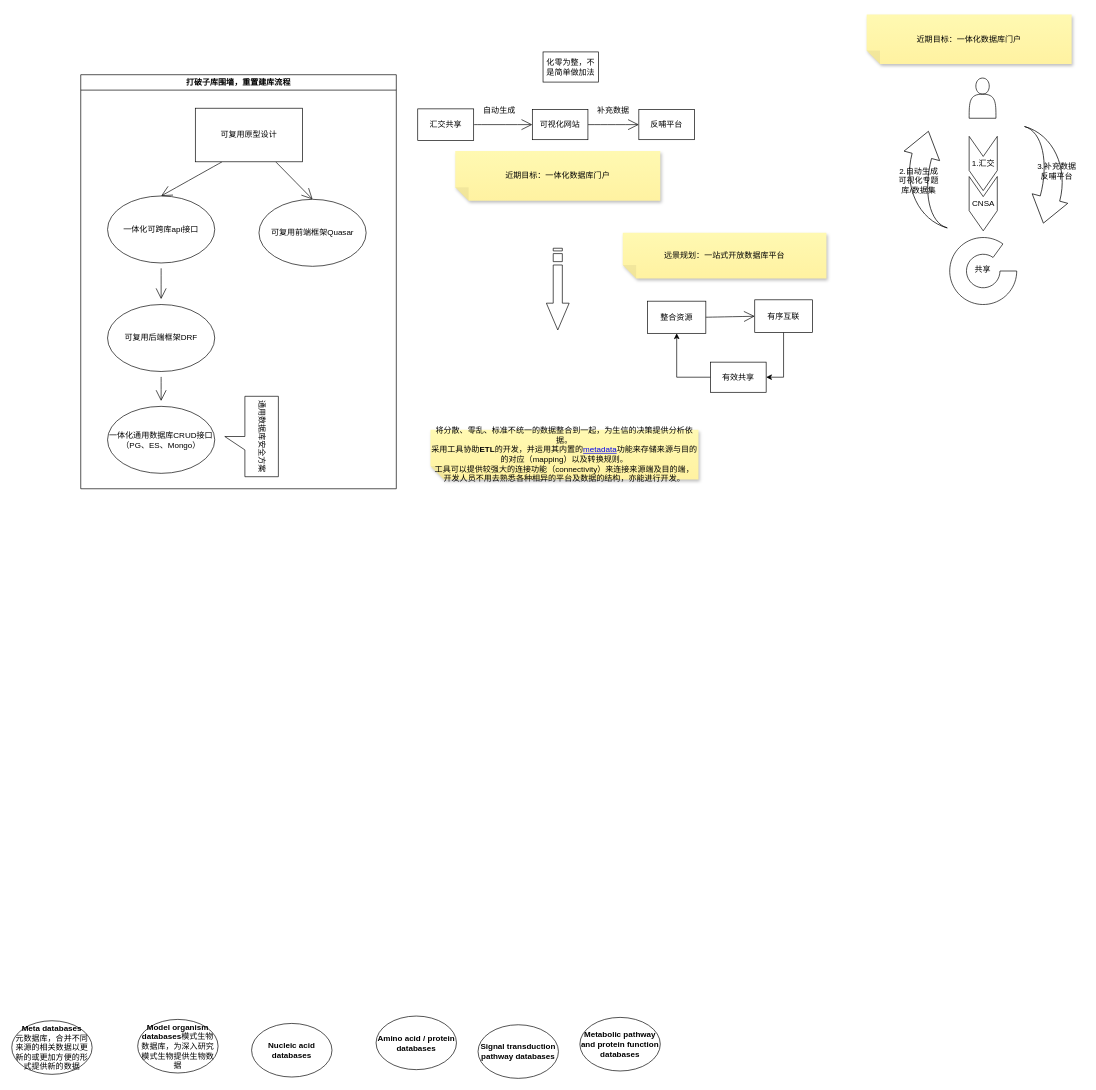
Above: page "Page-1" (1 of 2) of Untitled Diagram.drawio in horizon365/LiveWithPython (draw.io), before the change. Source tidied: cells renumbered, new cells numbered last; positions are measured from the earlier drawing's top-left corner, leaving out a move shared by most shapes. Both pictures are drawn from the tidied source at 67%, with x=0, y=0 at pixel (11, 14).
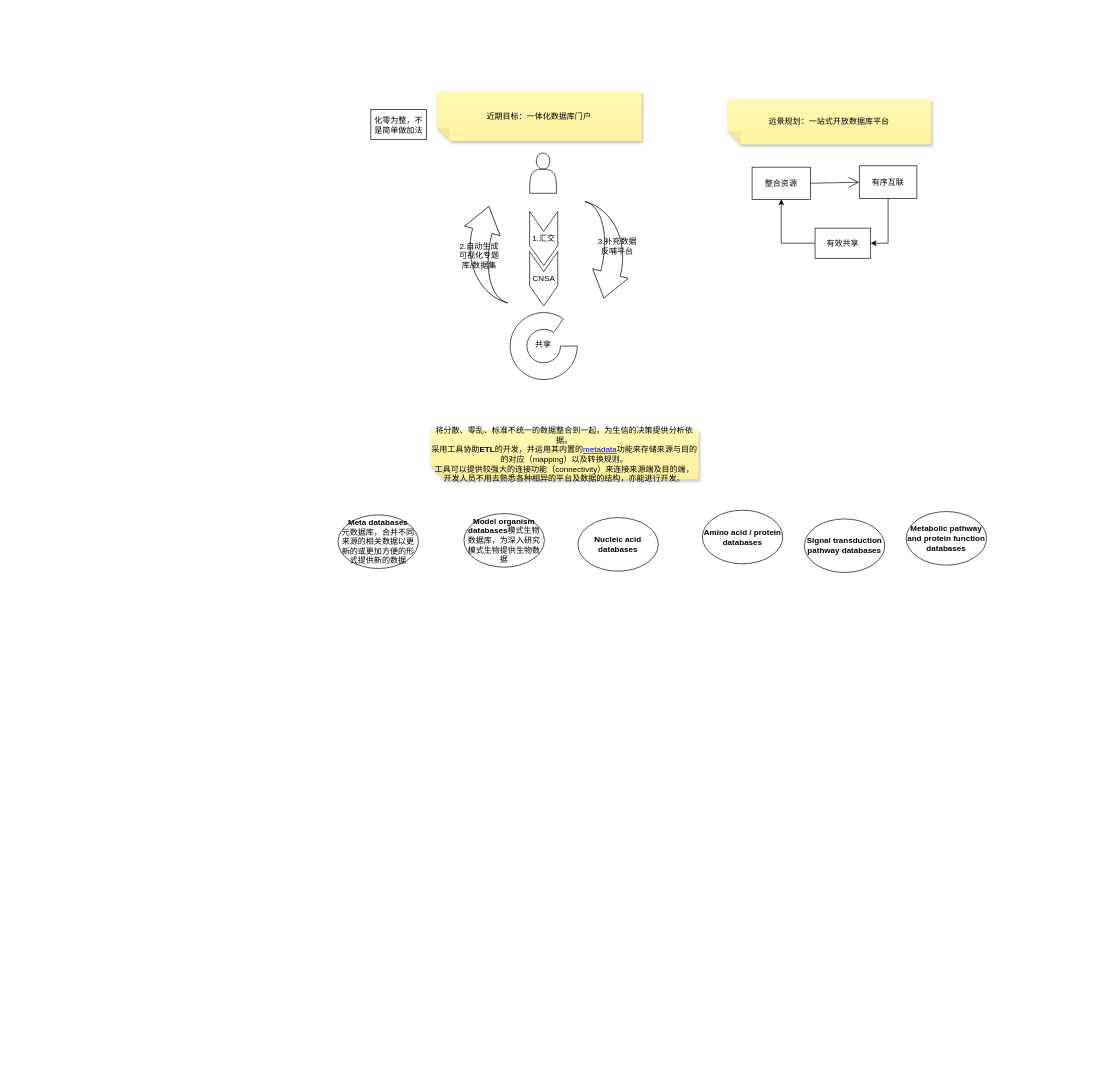
After the change.

What changed in the source:
```diff
@@
-    <mxCell id="2" style="edgeStyle=none;curved=1;rounded=0;jettySize=auto;html=1;endArrow=open;startSize=14;endSize=14;sourcePerimeterSpacing=8;targetPerimeterSpacing=8;" parent="1" edge="1" source="3" target="6">
-      <mxGeometry relative="1" as="geometry" />
-    </mxCell>
-    <mxCell id="3" value="一体化可跨库api接口" style="ellipse;whiteSpace=wrap;html=1;hachureGap=4;" parent="1" vertex="1">
-      <mxGeometry x="143" y="271" width="160" height="100" as="geometry" />
-    </mxCell>
-    <mxCell id="4" value="&lt;div&gt;一体化通用数据库CRUD接口&lt;/div&gt;&lt;div&gt;（PG、ES、Mongo）&lt;br&gt;&lt;/div&gt;" style="ellipse;whiteSpace=wrap;html=1;hachureGap=4;" parent="1" vertex="1">
-      <mxGeometry x="143" y="585" width="160" height="100" as="geometry" />
-    </mxCell>
-    <mxCell id="5" style="edgeStyle=none;curved=1;rounded=0;jettySize=auto;html=1;endArrow=open;startSize=14;endSize=14;sourcePerimeterSpacing=8;targetPerimeterSpacing=8;" parent="1" edge="1" source="6" target="4">
-      <mxGeometry relative="1" as="geometry" />
-    </mxCell>
-    <mxCell id="6" value="可复用后端框架DRF" style="ellipse;whiteSpace=wrap;html=1;hachureGap=4;" parent="1" vertex="1">
-      <mxGeometry x="143" y="433" width="160" height="100" as="geometry" />
-    </mxCell>
-    <mxCell id="7" value="可复用前端框架Quasar" style="ellipse;whiteSpace=wrap;html=1;hachureGap=4;" parent="1" vertex="1">
-      <mxGeometry x="369" y="276" width="160" height="100" as="geometry" />
-    </mxCell>
-    <mxCell id="8" style="edgeStyle=none;curved=1;rounded=0;jettySize=auto;html=1;exitX=0.75;exitY=1;exitDx=0;exitDy=0;entryX=0.5;entryY=0;entryDx=0;entryDy=0;endArrow=open;startSize=14;endSize=14;sourcePerimeterSpacing=8;targetPerimeterSpacing=8;" parent="1" edge="1" source="10" target="7">
-      <mxGeometry relative="1" as="geometry" />
-    </mxCell>
-    <mxCell id="9" style="edgeStyle=none;curved=1;rounded=0;jettySize=auto;html=1;exitX=0.25;exitY=1;exitDx=0;exitDy=0;entryX=0.5;entryY=0;entryDx=0;entryDy=0;endArrow=open;startSize=14;endSize=14;sourcePerimeterSpacing=8;targetPerimeterSpacing=8;" parent="1" edge="1" source="10" target="3">
-      <mxGeometry relative="1" as="geometry" />
-    </mxCell>
-    <mxCell id="10" value="可复用原型设计" style="rounded=0;whiteSpace=wrap;html=1;hachureGap=4;" parent="1" vertex="1">
-      <mxGeometry x="274" y="140" width="160" height="80" as="geometry" />
-    </mxCell>
-    <mxCell id="11" value="近期目标：一体化数据库门户" style="shape=note;whiteSpace=wrap;html=1;backgroundOutline=1;fontColor=#000000;darkOpacity=0.05;fillColor=#FFF9B2;strokeColor=none;fillStyle=solid;direction=west;gradientDirection=north;gradientColor=#FFF2A1;shadow=1;size=20;hachureGap=4;" parent="1" vertex="1">
-      <mxGeometry x="662" y="204" width="306" height="74" as="geometry" />
-    </mxCell>
-    <mxCell id="12" value="反哺平台" style="rounded=0;whiteSpace=wrap;html=1;hachureGap=4;" parent="1" vertex="1">
-      <mxGeometry x="936" y="142" width="83" height="45" as="geometry" />
-    </mxCell>
-    <mxCell id="13" style="edgeStyle=none;curved=1;rounded=0;jettySize=auto;html=1;exitX=1;exitY=0.5;exitDx=0;exitDy=0;entryX=0;entryY=0.5;entryDx=0;entryDy=0;endArrow=open;startSize=14;endSize=14;sourcePerimeterSpacing=8;targetPerimeterSpacing=8;" parent="1" edge="1" source="14" target="16">
-      <mxGeometry relative="1" as="geometry" />
-    </mxCell>
-    <mxCell id="14" value="汇交共享" style="rounded=0;whiteSpace=wrap;html=1;hachureGap=4;" parent="1" vertex="1">
-      <mxGeometry x="606" y="141" width="83.5" height="47" as="geometry" />
-    </mxCell>
-    <mxCell id="15" style="edgeStyle=none;curved=1;rounded=0;jettySize=auto;html=1;exitX=1;exitY=0.5;exitDx=0;exitDy=0;entryX=0;entryY=0.5;entryDx=0;entryDy=0;endArrow=open;startSize=14;endSize=14;sourcePerimeterSpacing=8;targetPerimeterSpacing=8;" parent="1" edge="1" source="16" target="12">
-      <mxGeometry relative="1" as="geometry" />
-    </mxCell>
-    <mxCell id="16" value="可视化网站" style="rounded=0;whiteSpace=wrap;html=1;hachureGap=4;" parent="1" vertex="1">
-      <mxGeometry x="777" y="142" width="83" height="45" as="geometry" />
-    </mxCell>
-    <mxCell id="17" style="html=1;shadow=0;dashed=0;align=center;verticalAlign=middle;shape=mxgraph.arrows2.stripedArrow;dy=0.6;dx=40;notch=25;hachureGap=4;rotation=90;" parent="1" vertex="1">
-      <mxGeometry x="754" y="393" width="122" height="34" as="geometry" />
-    </mxCell>
-    <mxCell id="18" value="打破子库围墙，重置建库流程" style="swimlane;hachureGap=4;" parent="1" vertex="1">
-      <mxGeometry x="103" y="90" width="471" height="618" as="geometry" />
-    </mxCell>
-    <mxCell id="19" value="通用数据库安全方案" style="shape=callout;whiteSpace=wrap;html=1;perimeter=calloutPerimeter;hachureGap=4;rotation=90;" parent="18" vertex="1">
-      <mxGeometry x="195" y="500" width="120" height="80" as="geometry" />
-    </mxCell>
-    <mxCell id="20" value="自动生成" style="text;strokeColor=none;fillColor=none;html=1;align=center;verticalAlign=middle;whiteSpace=wrap;rounded=0;hachureGap=4;" parent="1" vertex="1">
-      <mxGeometry x="698" y="128" width="60" height="30" as="geometry" />
-    </mxCell>
     <mxCell id="21" value="化零为整，不是简单做加法" style="rounded=0;whiteSpace=wrap;html=1;hachureGap=4;" parent="1" vertex="1">
-      <mxGeometry x="793" y="56" width="83" height="45" as="geometry" />
+      <mxGeometry x="536" y="142" width="83" height="45" as="geometry" />
     </mxCell>
-    <mxCell id="22" value="补充数据" style="text;strokeColor=none;fillColor=none;html=1;align=center;verticalAlign=middle;whiteSpace=wrap;rounded=0;hachureGap=4;" parent="1" vertex="1">
-      <mxGeometry x="868" y="128" width="60" height="30" as="geometry" />
-    </mxCell>
+    <mxCell id="33" value="&lt;div&gt;将分散、零乱、标准不统一的数据整合到一起，为生信的决策提供分析依据。&lt;/div&gt;&lt;div&gt;采用工具协助&lt;b&gt;ETL&lt;/b&gt;的开发，并运用其内置的&lt;a target=&quot;_blank&quot; href=&quot;https://baike.baidu.com/item/metadata&quot;&gt;metadata&lt;/a&gt;功能来存储来源与目的的对应（mapping）以及转换规则。&lt;/div&gt;&lt;div&gt;工具可以提供较强大的连接功能（connectivity）来连接来源端及目的端，开发人员不用去熟悉各种相异的平台及数据的结构，亦能进行开发。&lt;/div&gt;" style="shape=note;whiteSpace=wrap;html=1;backgroundOutline=1;fontColor=#000000;darkOpacity=0.05;fillColor=#FFF9B2;strokeColor=none;fillStyle=solid;direction=west;gradientDirection=north;gradientColor=#FFF2A1;shadow=1;size=20;hachureGap=4;" parent="1" vertex="1">
+      <mxGeometry x="625" y="620" width="400" height="74" as="geometry" />
+    </mxCell>
+    <mxCell id="40" style="group;" parent="1" vertex="1">
+      <mxGeometry x="1068" y="126" width="304" height="238" as="geometry" />
+    </mxCell>
+    <mxCell id="41" value="远景规划：一站式开放数据库平台" style="shape=note;whiteSpace=wrap;html=1;backgroundOutline=1;fontColor=#000000;darkOpacity=0.05;fillColor=#FFF9B2;strokeColor=none;fillStyle=solid;direction=west;gradientDirection=north;gradientColor=#FFF2A1;shadow=1;size=20;hachureGap=4;" parent="40" vertex="1">
+      <mxGeometry width="304" height="68" as="geometry" />
+    </mxCell>
+    <mxCell id="42" value="整合资源" style="rounded=0;whiteSpace=wrap;html=1;hachureGap=4;" parent="40" vertex="1">
+      <mxGeometry x="37" y="102" width="87" height="48" as="geometry" />
+    </mxCell>
+    <mxCell id="43" value="有序互联" style="rounded=0;whiteSpace=wrap;html=1;hachureGap=4;" parent="40" vertex="1">
+      <mxGeometry x="197" y="100" width="86" height="49" as="geometry" />
+    </mxCell>
+    <mxCell id="44" style="edgeStyle=none;curved=1;rounded=0;jettySize=auto;html=1;exitX=1;exitY=0.5;exitDx=0;exitDy=0;entryX=0;entryY=0.5;entryDx=0;entryDy=0;endArrow=open;startSize=14;endSize=14;sourcePerimeterSpacing=8;targetPerimeterSpacing=8;" parent="40" edge="1" source="42" target="43">
+      <mxGeometry relative="1" as="geometry" />
+    </mxCell>
+    <mxCell id="45" style="edgeStyle=orthogonalEdgeStyle;rounded=0;jettySize=auto;html=1;entryX=0.5;entryY=1;entryDx=0;entryDy=0;fontSize=12;" parent="40" edge="1" source="46" target="42">
+      <mxGeometry relative="1" as="geometry" />
+    </mxCell>
+    <mxCell id="46" value="有效共享" style="rounded=0;whiteSpace=wrap;html=1;hachureGap=4;" parent="40" vertex="1">
+      <mxGeometry x="131" y="193" width="83" height="45" as="geometry" />
+    </mxCell>
+    <mxCell id="47" style="edgeStyle=orthogonalEdgeStyle;rounded=0;jettySize=auto;html=1;entryX=1;entryY=0.5;entryDx=0;entryDy=0;fontSize=12;" parent="40" edge="1" source="43" target="46">
+      <mxGeometry relative="1" as="geometry" />
+    </mxCell>
+    <mxCell id="48" style="group;" parent="1" vertex="1">
+      <mxGeometry x="634" y="115" width="310.5" height="430" as="geometry" />
+    </mxCell>
-    <mxCell id="23" style="shape=actor;whiteSpace=wrap;html=1;hachureGap=4;" parent="1" vertex="1">
-      <mxGeometry x="1429" y="95" width="40" height="60" as="geometry" />
+    <mxCell id="23" style="shape=actor;whiteSpace=wrap;html=1;hachureGap=4;" parent="48" vertex="1">
+      <mxGeometry x="139" y="92" width="40" height="60" as="geometry" />
     </mxCell>
-    <mxCell id="24" style="verticalLabelPosition=bottom;verticalAlign=top;html=1;shape=mxgraph.basic.partConcEllipse;startAngle=0.25;endAngle=0.1;arcWidth=0.5;hachureGap=4;" parent="1" vertex="1">
-      <mxGeometry x="1400" y="333" width="100" height="100" as="geometry" />
+    <mxCell id="24" style="verticalLabelPosition=bottom;verticalAlign=top;html=1;shape=mxgraph.basic.partConcEllipse;startAngle=0.25;endAngle=0.1;arcWidth=0.5;hachureGap=4;" parent="48" vertex="1">
+      <mxGeometry x="110" y="330" width="100" height="100" as="geometry" />
     </mxCell>
-    <mxCell id="25" style="html=1;shadow=0;dashed=0;align=center;verticalAlign=middle;shape=mxgraph.arrows2.jumpInArrow;dy=15;dx=38;arrowHead=55;hachureGap=4;rotation=105;direction=east;" parent="1" vertex="1">
-      <mxGeometry x="1473" y="197" width="132" height="92" as="geometry" />
+    <mxCell id="25" style="html=1;shadow=0;dashed=0;align=center;verticalAlign=middle;shape=mxgraph.arrows2.jumpInArrow;dy=15;dx=38;arrowHead=55;hachureGap=4;rotation=105;direction=east;" parent="48" vertex="1">
+      <mxGeometry x="183" y="194" width="132" height="92" as="geometry" />
     </mxCell>
-    <mxCell id="26" style="html=1;shadow=0;dashed=0;align=center;verticalAlign=middle;shape=mxgraph.arrows2.jumpInArrow;dy=15;dx=38;arrowHead=55;hachureGap=4;rotation=105;direction=west;" parent="1" vertex="1">
-      <mxGeometry x="1303" y="197" width="132" height="92" as="geometry" />
+    <mxCell id="26" style="html=1;shadow=0;dashed=0;align=center;verticalAlign=middle;shape=mxgraph.arrows2.jumpInArrow;dy=15;dx=38;arrowHead=55;hachureGap=4;rotation=105;direction=west;" parent="48" vertex="1">
+      <mxGeometry x="13" y="194" width="132" height="92" as="geometry" />
     </mxCell>
-    <mxCell id="27" value="3.补充数据&lt;br&gt;&lt;div&gt;反哺平台&lt;/div&gt;" style="text;strokeColor=none;fillColor=none;html=1;align=center;verticalAlign=middle;whiteSpace=wrap;rounded=0;hachureGap=4;" parent="1" vertex="1">
-      <mxGeometry x="1526" y="219" width="68" height="30" as="geometry" />
+    <mxCell id="27" value="3.补充数据&lt;br&gt;&lt;div&gt;反哺平台&lt;/div&gt;" style="text;strokeColor=none;fillColor=none;html=1;align=center;verticalAlign=middle;whiteSpace=wrap;rounded=0;hachureGap=4;" parent="48" vertex="1">
+      <mxGeometry x="236" y="216" width="68" height="30" as="geometry" />
     </mxCell>
-    <mxCell id="28" value="2.自动生成&lt;br&gt;&lt;div&gt;可视化专题库/数据集&lt;/div&gt;" style="text;strokeColor=none;fillColor=none;html=1;align=center;verticalAlign=middle;whiteSpace=wrap;rounded=0;hachureGap=4;" parent="1" vertex="1">
-      <mxGeometry x="1316" y="233" width="76" height="30" as="geometry" />
+    <mxCell id="28" value="2.自动生成&lt;br&gt;&lt;div&gt;可视化专题库/数据集&lt;/div&gt;" style="text;strokeColor=none;fillColor=none;html=1;align=center;verticalAlign=middle;whiteSpace=wrap;rounded=0;hachureGap=4;" parent="48" vertex="1">
+      <mxGeometry x="26" y="230" width="76" height="30" as="geometry" />
     </mxCell>
-    <mxCell id="29" value="1.汇交" style="html=1;shadow=0;dashed=0;align=center;verticalAlign=middle;shape=mxgraph.arrows2.arrow;dy=0;dx=30;notch=30;hachureGap=4;direction=south;" parent="1" vertex="1">
-      <mxGeometry x="1429" y="182" width="42" height="81" as="geometry" />
+    <mxCell id="29" value="1.汇交" style="html=1;shadow=0;dashed=0;align=center;verticalAlign=middle;shape=mxgraph.arrows2.arrow;dy=0;dx=30;notch=30;hachureGap=4;direction=south;" parent="48" vertex="1">
+      <mxGeometry x="139" y="179" width="42" height="81" as="geometry" />
     </mxCell>
-    <mxCell id="30" value="CNSA" style="html=1;shadow=0;dashed=0;align=center;verticalAlign=middle;shape=mxgraph.arrows2.arrow;dy=0;dx=30;notch=30;hachureGap=4;direction=south;" parent="1" vertex="1">
-      <mxGeometry x="1429" y="242" width="42" height="81" as="geometry" />
+    <mxCell id="30" value="CNSA" style="html=1;shadow=0;dashed=0;align=center;verticalAlign=middle;shape=mxgraph.arrows2.arrow;dy=0;dx=30;notch=30;hachureGap=4;direction=south;" parent="48" vertex="1">
+      <mxGeometry x="139" y="239" width="42" height="81" as="geometry" />
     </mxCell>
-    <mxCell id="31" value="近期目标：一体化数据库门户" style="shape=note;whiteSpace=wrap;html=1;backgroundOutline=1;fontColor=#000000;darkOpacity=0.05;fillColor=#FFF9B2;strokeColor=none;fillStyle=solid;direction=west;gradientDirection=north;gradientColor=#FFF2A1;shadow=1;size=20;hachureGap=4;" parent="1" vertex="1">
-      <mxGeometry x="1276" width="306" height="74" as="geometry" />
+    <mxCell id="31" value="近期目标：一体化数据库门户" style="shape=note;whiteSpace=wrap;html=1;backgroundOutline=1;fontColor=#000000;darkOpacity=0.05;fillColor=#FFF9B2;strokeColor=none;fillStyle=solid;direction=west;gradientDirection=north;gradientColor=#FFF2A1;shadow=1;size=20;hachureGap=4;" parent="48" vertex="1">
+      <mxGeometry width="306" height="74" as="geometry" />
     </mxCell>
-    <mxCell id="32" value="共享" style="text;html=1;align=center;verticalAlign=middle;strokeColor=none;fillColor=none;hachureGap=4;" parent="1" vertex="1">
-      <mxGeometry x="1432" y="372" width="34" height="18" as="geometry" />
+    <mxCell id="32" value="共享" style="text;html=1;align=center;verticalAlign=middle;strokeColor=none;fillColor=none;hachureGap=4;" parent="48" vertex="1">
+      <mxGeometry x="142" y="369" width="34" height="18" as="geometry" />
     </mxCell>
-    <mxCell id="33" value="&lt;div&gt;将分散、零乱、标准不统一的数据整合到一起，为生信的决策提供分析依据。&lt;/div&gt;&lt;div&gt;采用工具协助&lt;b&gt;ETL&lt;/b&gt;的开发，并运用其内置的&lt;a target=&quot;_blank&quot; href=&quot;https://baike.baidu.com/item/metadata&quot;&gt;metadata&lt;/a&gt;功能来存储来源与目的的对应（mapping）以及转换规则。&lt;/div&gt;&lt;div&gt;工具可以提供较强大的连接功能（connectivity）来连接来源端及目的端，开发人员不用去熟悉各种相异的平台及数据的结构，亦能进行开发。&lt;/div&gt;" style="shape=note;whiteSpace=wrap;html=1;backgroundOutline=1;fontColor=#000000;darkOpacity=0.05;fillColor=#FFF9B2;strokeColor=none;fillStyle=solid;direction=west;gradientDirection=north;gradientColor=#FFF2A1;shadow=1;size=20;hachureGap=4;" parent="1" vertex="1">
-      <mxGeometry x="625" y="620" width="400" height="74" as="geometry" />
-    </mxCell>
+    <mxCell id="49" style="group;" parent="1" vertex="1">
+      <mxGeometry x="487" y="740" width="968" height="93" as="geometry" />
+    </mxCell>
-    <mxCell id="34" value="&lt;div&gt;&lt;b&gt;Meta databases&lt;/b&gt;&lt;/div&gt;&lt;div&gt;元数据库，合并不同来源的相关数据以更新的或更加方便的形式提供新的数据&lt;b&gt;&lt;/b&gt;&lt;/div&gt;" style="ellipse;whiteSpace=wrap;html=1;" parent="1" vertex="1">
-      <mxGeometry y="1502" width="120" height="80" as="geometry" />
+    <mxCell id="34" value="&lt;div&gt;&lt;b&gt;Meta databases&lt;/b&gt;&lt;/div&gt;&lt;div&gt;元数据库，合并不同来源的相关数据以更新的或更加方便的形式提供新的数据&lt;b&gt;&lt;/b&gt;&lt;/div&gt;" style="ellipse;whiteSpace=wrap;html=1;" parent="49" vertex="1">
+      <mxGeometry y="7" width="120" height="80" as="geometry" />
     </mxCell>
-    <mxCell id="35" value="&lt;b&gt;Model organism databases&lt;/b&gt;模式生物数据库，为深入研究模式生物提供生物数据" style="ellipse;whiteSpace=wrap;html=1;" parent="1" vertex="1">
-      <mxGeometry x="188" y="1500" width="120" height="80" as="geometry" />
+    <mxCell id="35" value="&lt;b&gt;Model organism databases&lt;/b&gt;模式生物数据库，为深入研究模式生物提供生物数据" style="ellipse;whiteSpace=wrap;html=1;" parent="49" vertex="1">
+      <mxGeometry x="188" y="5" width="120" height="80" as="geometry" />
     </mxCell>
-    <mxCell id="36" value="&lt;b&gt;Nucleic acid databases&lt;/b&gt;" style="ellipse;whiteSpace=wrap;html=1;" parent="1" vertex="1">
-      <mxGeometry x="358" y="1506" width="120" height="80" as="geometry" />
+    <mxCell id="36" value="&lt;b&gt;Nucleic acid databases&lt;/b&gt;" style="ellipse;whiteSpace=wrap;html=1;" parent="49" vertex="1">
+      <mxGeometry x="358" y="11" width="120" height="80" as="geometry" />
     </mxCell>
-    <mxCell id="37" value="&lt;b&gt;Amino acid / protein databases&lt;/b&gt;" style="ellipse;whiteSpace=wrap;html=1;" parent="1" vertex="1">
-      <mxGeometry x="543.8" y="1495" width="120" height="80" as="geometry" />
+    <mxCell id="37" value="&lt;b&gt;Amino acid / protein databases&lt;/b&gt;" style="ellipse;whiteSpace=wrap;html=1;" parent="49" vertex="1">
+      <mxGeometry x="543.8" width="120" height="80" as="geometry" />
     </mxCell>
-    <mxCell id="38" value="&lt;b&gt; Signal transduction pathway databases&lt;/b&gt;" style="ellipse;whiteSpace=wrap;html=1;" parent="1" vertex="1">
-      <mxGeometry x="696" y="1508" width="120" height="80" as="geometry" />
+    <mxCell id="38" value="&lt;b&gt; Signal transduction pathway databases&lt;/b&gt;" style="ellipse;whiteSpace=wrap;html=1;" parent="49" vertex="1">
+      <mxGeometry x="696" y="13" width="120" height="80" as="geometry" />
     </mxCell>
-    <mxCell id="39" value="&lt;b&gt;Metabolic pathway and protein function databases&lt;/b&gt;" style="ellipse;whiteSpace=wrap;html=1;" parent="1" vertex="1">
-      <mxGeometry x="848" y="1497" width="120" height="80" as="geometry" />
+    <mxCell id="39" value="&lt;b&gt;Metabolic pathway and protein function databases&lt;/b&gt;" style="ellipse;whiteSpace=wrap;html=1;" parent="49" vertex="1">
+      <mxGeometry x="848" y="2" width="120" height="80" as="geometry" />
     </mxCell>
-    <mxCell id="40" style="group;" parent="1" vertex="1">
-      <mxGeometry x="912" y="326" width="304" height="238" as="geometry" />
-    </mxCell>
-    <mxCell id="41" value="远景规划：一站式开放数据库平台" style="shape=note;whiteSpace=wrap;html=1;backgroundOutline=1;fontColor=#000000;darkOpacity=0.05;fillColor=#FFF9B2;strokeColor=none;fillStyle=solid;direction=west;gradientDirection=north;gradientColor=#FFF2A1;shadow=1;size=20;hachureGap=4;" parent="40" vertex="1">
-      <mxGeometry width="304" height="68" as="geometry" />
-    </mxCell>
-    <mxCell id="42" value="整合资源" style="rounded=0;whiteSpace=wrap;html=1;hachureGap=4;" parent="40" vertex="1">
-      <mxGeometry x="37" y="102" width="87" height="48" as="geometry" />
-    </mxCell>
-    <mxCell id="43" value="有序互联" style="rounded=0;whiteSpace=wrap;html=1;hachureGap=4;" parent="40" vertex="1">
-      <mxGeometry x="197" y="100" width="86" height="49" as="geometry" />
-    </mxCell>
-    <mxCell id="44" style="edgeStyle=none;curved=1;rounded=0;jettySize=auto;html=1;exitX=1;exitY=0.5;exitDx=0;exitDy=0;entryX=0;entryY=0.5;entryDx=0;entryDy=0;endArrow=open;startSize=14;endSize=14;sourcePerimeterSpacing=8;targetPerimeterSpacing=8;" parent="40" edge="1" source="42" target="43">
-      <mxGeometry relative="1" as="geometry" />
-    </mxCell>
-    <mxCell id="45" style="edgeStyle=orthogonalEdgeStyle;rounded=0;jettySize=auto;html=1;entryX=0.5;entryY=1;entryDx=0;entryDy=0;fontSize=12;" parent="40" edge="1" source="46" target="42">
-      <mxGeometry relative="1" as="geometry" />
-    </mxCell>
-    <mxCell id="46" value="有效共享" style="rounded=0;whiteSpace=wrap;html=1;hachureGap=4;" parent="40" vertex="1">
-      <mxGeometry x="131" y="193" width="83" height="45" as="geometry" />
-    </mxCell>
-    <mxCell id="47" style="edgeStyle=orthogonalEdgeStyle;rounded=0;jettySize=auto;html=1;entryX=1;entryY=0.5;entryDx=0;entryDy=0;fontSize=12;" parent="40" edge="1" source="43" target="46">
-      <mxGeometry relative="1" as="geometry" />
-    </mxCell>
```
